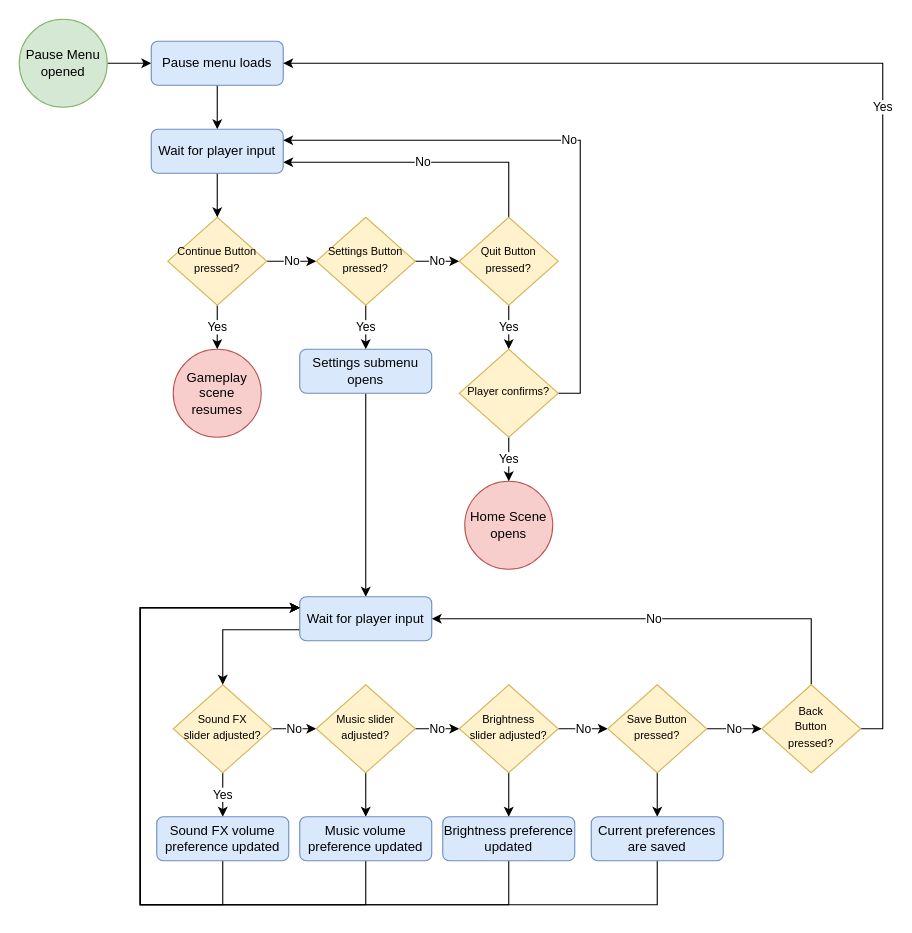
The draw.io diagram Design/GameplayPauseMenuFlow.drawio in zkturman/TiltaPong, before the edit. Source tidied: cells renumbered, new cells numbered last; positions are measured from the earlier drawing's top-left corner, leaving out a move shared by most shapes. Both pictures are drawn from the tidied source at 110%, with x=0, y=0 at pixel (19, 19).
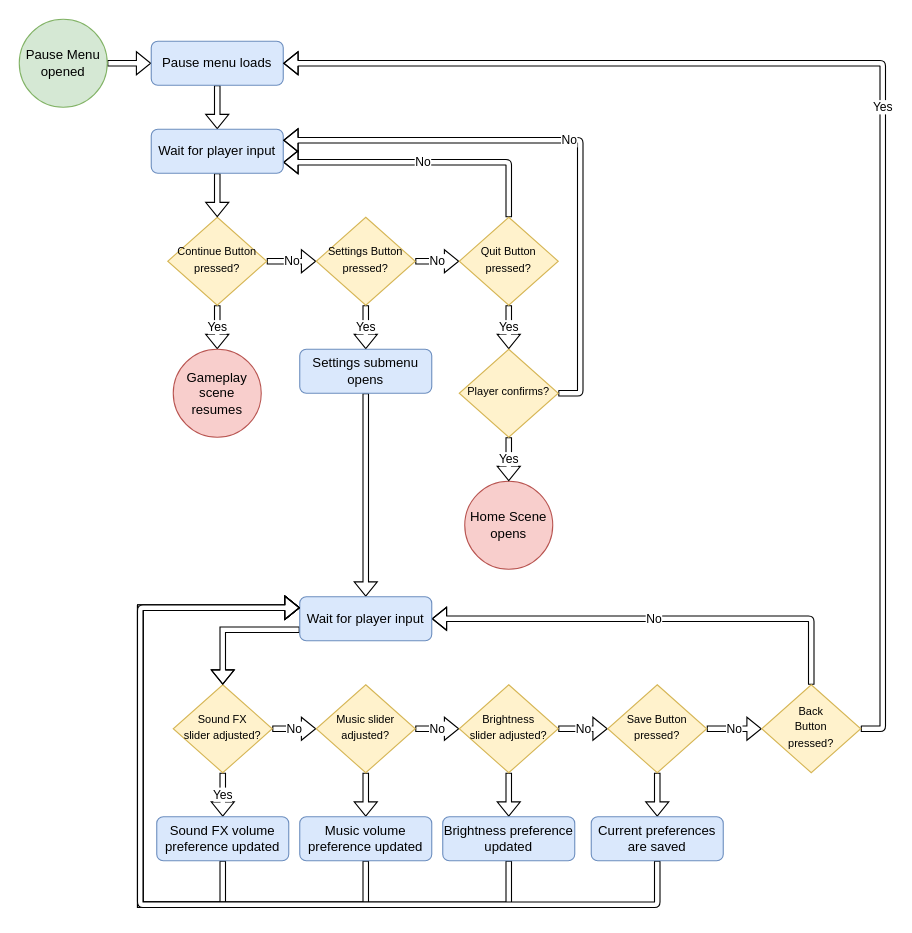
After the change.

The change refers to these unchanged cells:
```xml
<mxCell id="4" value="&lt;font style=&quot;font-size: 10px&quot;&gt;Continue Button pressed?&lt;/font&gt;" style="rhombus;whiteSpace=wrap;html=1;shadow=0;fontFamily=Helvetica;fontSize=12;align=center;strokeWidth=1;spacing=6;spacingTop=-4;fillColor=#fff2cc;strokeColor=#d6b656;" parent="1" vertex="1">
  <mxGeometry x="135" y="180" width="90" height="80" as="geometry" />
</mxCell>
<mxCell id="6" value="Pause Menu opened" style="ellipse;whiteSpace=wrap;html=1;fillColor=#d5e8d4;strokeColor=#82b366;" parent="1" vertex="1">
  <mxGeometry width="80" height="80" as="geometry" />
</mxCell>
<mxCell id="9" value="&lt;span style=&quot;font-size: 10px&quot;&gt;Settings Button pressed?&lt;/span&gt;" style="rhombus;whiteSpace=wrap;html=1;shadow=0;fontFamily=Helvetica;fontSize=12;align=center;strokeWidth=1;spacing=6;spacingTop=-4;fillColor=#fff2cc;strokeColor=#d6b656;" parent="1" vertex="1">
  <mxGeometry x="270" y="180" width="90" height="80" as="geometry" />
</mxCell>
<mxCell id="12" value="&lt;span style=&quot;font-size: 10px&quot;&gt;Quit Button pressed?&lt;/span&gt;" style="rhombus;whiteSpace=wrap;html=1;shadow=0;fontFamily=Helvetica;fontSize=12;align=center;strokeWidth=1;spacing=6;spacingTop=-4;fillColor=#fff2cc;strokeColor=#d6b656;" parent="1" vertex="1">
  <mxGeometry x="400" y="180" width="90" height="80" as="geometry" />
</mxCell>
<mxCell id="14" value="Pause menu loads" style="rounded=1;whiteSpace=wrap;html=1;fillColor=#dae8fc;strokeColor=#6c8ebf;" parent="1" vertex="1">
  <mxGeometry x="120" y="20" width="120" height="40" as="geometry" />
</mxCell>
<mxCell id="16" value="Gameplay scene resumes" style="ellipse;whiteSpace=wrap;html=1;fillColor=#f8cecc;strokeColor=#b85450;" parent="1" vertex="1">
  <mxGeometry x="140" y="300" width="80" height="80" as="geometry" />
</mxCell>
<mxCell id="18" value="Wait for player input" style="rounded=1;whiteSpace=wrap;html=1;fillColor=#dae8fc;strokeColor=#6c8ebf;" parent="1" vertex="1">
  <mxGeometry x="120" y="100" width="120" height="40" as="geometry" />
</mxCell>
<mxCell id="19" value="Home Scene opens" style="ellipse;whiteSpace=wrap;html=1;fillColor=#f8cecc;strokeColor=#b85450;" parent="1" vertex="1">
  <mxGeometry x="405" y="420" width="80" height="80" as="geometry" />
</mxCell>
<mxCell id="22" value="&lt;span style=&quot;font-size: 10px&quot;&gt;Player confirms?&lt;/span&gt;" style="rhombus;whiteSpace=wrap;html=1;shadow=0;fontFamily=Helvetica;fontSize=12;align=center;strokeWidth=1;spacing=6;spacingTop=-4;fillColor=#fff2cc;strokeColor=#d6b656;" parent="1" vertex="1">
  <mxGeometry x="400" y="300" width="90" height="80" as="geometry" />
</mxCell>
<mxCell id="23" value="Settings submenu opens" style="rounded=1;whiteSpace=wrap;html=1;fillColor=#dae8fc;strokeColor=#6c8ebf;" parent="1" vertex="1">
  <mxGeometry x="255" y="300" width="120" height="40" as="geometry" />
</mxCell>
<mxCell id="26" value="&lt;span style=&quot;font-size: 10px&quot;&gt;Sound FX &lt;br&gt;slider adjusted?&lt;/span&gt;" style="rhombus;whiteSpace=wrap;html=1;shadow=0;fontFamily=Helvetica;fontSize=12;align=center;strokeWidth=1;spacing=6;spacingTop=-4;fillColor=#fff2cc;strokeColor=#d6b656;" parent="1" vertex="1">
  <mxGeometry x="140" y="605" width="90" height="80" as="geometry" />
</mxCell>
<mxCell id="29" value="&lt;span style=&quot;font-size: 10px&quot;&gt;Music slider adjusted?&lt;/span&gt;" style="rhombus;whiteSpace=wrap;html=1;shadow=0;fontFamily=Helvetica;fontSize=12;align=center;strokeWidth=1;spacing=6;spacingTop=-4;fillColor=#fff2cc;strokeColor=#d6b656;" parent="1" vertex="1">
  <mxGeometry x="270" y="605" width="90" height="80" as="geometry" />
</mxCell>
<mxCell id="32" value="&lt;span style=&quot;font-size: 10px&quot;&gt;Brightness &lt;br&gt;slider adjusted?&lt;/span&gt;" style="rhombus;whiteSpace=wrap;html=1;shadow=0;fontFamily=Helvetica;fontSize=12;align=center;strokeWidth=1;spacing=6;spacingTop=-4;fillColor=#fff2cc;strokeColor=#d6b656;" parent="1" vertex="1">
  <mxGeometry x="400" y="605" width="90" height="80" as="geometry" />
</mxCell>
<mxCell id="34" value="Sound FX volume preference updated" style="rounded=1;whiteSpace=wrap;html=1;fillColor=#dae8fc;strokeColor=#6c8ebf;" parent="1" vertex="1">
  <mxGeometry x="125" y="725" width="120" height="40" as="geometry" />
</mxCell>
<mxCell id="38" value="&lt;span style=&quot;font-size: 10px&quot;&gt;Save Button pressed?&lt;/span&gt;" style="rhombus;whiteSpace=wrap;html=1;shadow=0;fontFamily=Helvetica;fontSize=12;align=center;strokeWidth=1;spacing=6;spacingTop=-4;fillColor=#fff2cc;strokeColor=#d6b656;" parent="1" vertex="1">
  <mxGeometry x="535" y="605" width="90" height="80" as="geometry" />
</mxCell>
<mxCell id="41" value="&lt;font style=&quot;font-size: 10px&quot;&gt;Back&lt;br&gt;Button &lt;br&gt;pressed?&lt;/font&gt;" style="rhombus;whiteSpace=wrap;html=1;shadow=0;fontFamily=Helvetica;fontSize=12;align=center;strokeWidth=1;spacing=6;spacingTop=-4;fillColor=#fff2cc;strokeColor=#d6b656;" parent="1" vertex="1">
  <mxGeometry x="675" y="605" width="90" height="80" as="geometry" />
</mxCell>
<mxCell id="42" value="Wait for player input" style="rounded=1;whiteSpace=wrap;html=1;fillColor=#dae8fc;strokeColor=#6c8ebf;" parent="1" vertex="1">
  <mxGeometry x="255" y="525" width="120" height="40" as="geometry" />
</mxCell>
<mxCell id="44" value="Music volume preference updated" style="rounded=1;whiteSpace=wrap;html=1;fillColor=#dae8fc;strokeColor=#6c8ebf;" parent="1" vertex="1">
  <mxGeometry x="255" y="725" width="120" height="40" as="geometry" />
</mxCell>
<mxCell id="46" value="Brightness preference updated" style="rounded=1;whiteSpace=wrap;html=1;fillColor=#dae8fc;strokeColor=#6c8ebf;" parent="1" vertex="1">
  <mxGeometry x="385" y="725" width="120" height="40" as="geometry" />
</mxCell>
<mxCell id="48" value="Current preferences are saved" style="rounded=1;whiteSpace=wrap;html=1;fillColor=#dae8fc;strokeColor=#6c8ebf;" parent="1" vertex="1">
  <mxGeometry x="520" y="725" width="120" height="40" as="geometry" />
</mxCell>
```

Diff of the diagram source:
```diff
@@
-    <mxCell id="2" value="No" style="edgeStyle=orthogonalEdgeStyle;rounded=0;jettySize=auto;html=1;exitX=1;exitY=0.5;exitDx=0;exitDy=0;entryX=0;entryY=0.5;entryDx=0;entryDy=0;" parent="1" edge="1" source="4" target="9">
+    <mxCell id="2" value="No" style="edgeStyle=orthogonalEdgeStyle;rounded=0;jettySize=auto;html=1;exitX=1;exitY=0.5;exitDx=0;exitDy=0;entryX=0;entryY=0.5;entryDx=0;entryDy=0;shape=flexArrow;fillColor=default;endSize=4;width=5;endWidth=15;" parent="1" edge="1" source="4" target="9">
       <mxGeometry relative="1" as="geometry" />
     </mxCell>
-    <mxCell id="3" value="Yes" style="edgeStyle=orthogonalEdgeStyle;rounded=0;jettySize=auto;html=1;exitX=0.5;exitY=1;exitDx=0;exitDy=0;entryX=0.5;entryY=0;entryDx=0;entryDy=0;" parent="1" edge="1" source="4" target="16">
+    <mxCell id="3" value="Yes" style="edgeStyle=orthogonalEdgeStyle;rounded=0;jettySize=auto;html=1;exitX=0.5;exitY=1;exitDx=0;exitDy=0;entryX=0.5;entryY=0;entryDx=0;entryDy=0;shape=flexArrow;fillColor=default;endSize=4;width=5;endWidth=15;" parent="1" edge="1" source="4" target="16">
       <mxGeometry relative="1" as="geometry" />
     </mxCell>
@@
-    <mxCell id="5" style="edgeStyle=orthogonalEdgeStyle;rounded=0;jettySize=auto;html=1;exitX=1;exitY=0.5;exitDx=0;exitDy=0;" parent="1" edge="1" source="6" target="14">
+    <mxCell id="5" style="edgeStyle=orthogonalEdgeStyle;rounded=0;jettySize=auto;html=1;exitX=1;exitY=0.5;exitDx=0;exitDy=0;shape=flexArrow;fillColor=default;endSize=4;width=5;endWidth=15;" parent="1" edge="1" source="6" target="14">
       <mxGeometry relative="1" as="geometry" />
     </mxCell>
@@
-    <mxCell id="7" value="No" style="edgeStyle=orthogonalEdgeStyle;rounded=0;jettySize=auto;html=1;exitX=1;exitY=0.5;exitDx=0;exitDy=0;entryX=0;entryY=0.5;entryDx=0;entryDy=0;" parent="1" edge="1" source="9" target="12">
+    <mxCell id="7" value="No" style="edgeStyle=orthogonalEdgeStyle;rounded=0;jettySize=auto;html=1;exitX=1;exitY=0.5;exitDx=0;exitDy=0;entryX=0;entryY=0.5;entryDx=0;entryDy=0;shape=flexArrow;fillColor=default;endSize=4;width=5;endWidth=15;" parent="1" edge="1" source="9" target="12">
       <mxGeometry relative="1" as="geometry" />
     </mxCell>
-    <mxCell id="8" value="Yes" style="edgeStyle=orthogonalEdgeStyle;rounded=0;jettySize=auto;html=1;exitX=0.5;exitY=1;exitDx=0;exitDy=0;entryX=0.5;entryY=0;entryDx=0;entryDy=0;" parent="1" edge="1" source="9" target="23">
+    <mxCell id="8" value="Yes" style="edgeStyle=orthogonalEdgeStyle;rounded=0;jettySize=auto;html=1;exitX=0.5;exitY=1;exitDx=0;exitDy=0;entryX=0.5;entryY=0;entryDx=0;entryDy=0;shape=flexArrow;fillColor=default;endSize=4;width=5;endWidth=15;" parent="1" edge="1" source="9" target="23">
       <mxGeometry relative="1" as="geometry" />
     </mxCell>
@@
-    <mxCell id="10" value="Yes" style="edgeStyle=orthogonalEdgeStyle;rounded=0;jettySize=auto;html=1;exitX=0.5;exitY=1;exitDx=0;exitDy=0;entryX=0.5;entryY=0;entryDx=0;entryDy=0;" parent="1" edge="1" source="12" target="22">
+    <mxCell id="10" value="Yes" style="edgeStyle=orthogonalEdgeStyle;rounded=0;jettySize=auto;html=1;exitX=0.5;exitY=1;exitDx=0;exitDy=0;entryX=0.5;entryY=0;entryDx=0;entryDy=0;shape=flexArrow;fillColor=default;endSize=4;width=5;endWidth=15;" parent="1" edge="1" source="12" target="22">
       <mxGeometry relative="1" as="geometry" />
     </mxCell>
-    <mxCell id="11" value="No" style="edgeStyle=orthogonalEdgeStyle;rounded=0;jettySize=auto;html=1;exitX=0.5;exitY=0;exitDx=0;exitDy=0;entryX=1;entryY=0.75;entryDx=0;entryDy=0;" parent="1" edge="1" source="12" target="18">
+    <mxCell id="11" value="No" style="edgeStyle=orthogonalEdgeStyle;rounded=1;jettySize=auto;html=1;exitX=0.5;exitY=0;exitDx=0;exitDy=0;entryX=1;entryY=0.75;entryDx=0;entryDy=0;shape=flexArrow;fillColor=default;endSize=4;width=5;endWidth=15;" parent="1" edge="1" source="12" target="18">
       <mxGeometry relative="1" as="geometry" />
     </mxCell>
@@
-    <mxCell id="13" style="edgeStyle=orthogonalEdgeStyle;rounded=0;jettySize=auto;html=1;exitX=0.5;exitY=1;exitDx=0;exitDy=0;" parent="1" edge="1" source="14" target="18">
+    <mxCell id="13" style="edgeStyle=orthogonalEdgeStyle;rounded=0;jettySize=auto;html=1;exitX=0.5;exitY=1;exitDx=0;exitDy=0;shape=flexArrow;fillColor=default;endSize=4;width=5;endWidth=15;" parent="1" edge="1" source="14" target="18">
       <mxGeometry relative="1" as="geometry" />
     </mxCell>
@@
-    <mxCell id="15" style="edgeStyle=orthogonalEdgeStyle;rounded=0;jettySize=auto;html=1;exitX=0.5;exitY=1;exitDx=0;exitDy=0;entryX=0.5;entryY=0;entryDx=0;entryDy=0;" parent="1" edge="1" source="23" target="42">
+    <mxCell id="15" style="edgeStyle=orthogonalEdgeStyle;rounded=0;jettySize=auto;html=1;exitX=0.5;exitY=1;exitDx=0;exitDy=0;entryX=0.5;entryY=0;entryDx=0;entryDy=0;shape=flexArrow;fillColor=default;endSize=4;width=5;endWidth=15;" parent="1" edge="1" source="23" target="42">
       <mxGeometry relative="1" as="geometry" />
     </mxCell>
@@
-    <mxCell id="17" style="edgeStyle=orthogonalEdgeStyle;rounded=0;jettySize=auto;html=1;exitX=0.5;exitY=1;exitDx=0;exitDy=0;entryX=0.5;entryY=0;entryDx=0;entryDy=0;" parent="1" edge="1" source="18" target="4">
+    <mxCell id="17" style="edgeStyle=orthogonalEdgeStyle;rounded=0;jettySize=auto;html=1;exitX=0.5;exitY=1;exitDx=0;exitDy=0;entryX=0.5;entryY=0;entryDx=0;entryDy=0;shape=flexArrow;fillColor=default;endSize=4;width=5;endWidth=15;" parent="1" edge="1" source="18" target="4">
       <mxGeometry relative="1" as="geometry" />
     </mxCell>
@@
-    <mxCell id="20" value="Yes" style="edgeStyle=orthogonalEdgeStyle;rounded=0;jettySize=auto;html=1;exitX=0.5;exitY=1;exitDx=0;exitDy=0;entryX=0.5;entryY=0;entryDx=0;entryDy=0;" parent="1" edge="1" source="22" target="19">
+    <mxCell id="20" value="Yes" style="edgeStyle=orthogonalEdgeStyle;rounded=0;jettySize=auto;html=1;exitX=0.5;exitY=1;exitDx=0;exitDy=0;entryX=0.5;entryY=0;entryDx=0;entryDy=0;shape=flexArrow;fillColor=default;endSize=4;width=5;endWidth=15;" parent="1" edge="1" source="22" target="19">
       <mxGeometry relative="1" as="geometry" />
     </mxCell>
-    <mxCell id="21" value="No" style="edgeStyle=orthogonalEdgeStyle;rounded=0;jettySize=auto;html=1;exitX=1;exitY=0.5;exitDx=0;exitDy=0;entryX=1;entryY=0.25;entryDx=0;entryDy=0;" parent="1" edge="1" source="22" target="18">
+    <mxCell id="21" value="No" style="edgeStyle=orthogonalEdgeStyle;rounded=1;jettySize=auto;html=1;exitX=1;exitY=0.5;exitDx=0;exitDy=0;entryX=1;entryY=0.25;entryDx=0;entryDy=0;shape=flexArrow;fillColor=default;endSize=4;width=5;endWidth=15;" parent="1" edge="1" source="22" target="18">
       <mxGeometry relative="1" as="geometry" />
     </mxCell>
@@
-    <mxCell id="24" value="No" style="edgeStyle=orthogonalEdgeStyle;rounded=0;jettySize=auto;html=1;exitX=1;exitY=0.5;exitDx=0;exitDy=0;entryX=0;entryY=0.5;entryDx=0;entryDy=0;" parent="1" edge="1" source="26" target="29">
+    <mxCell id="24" value="No" style="edgeStyle=orthogonalEdgeStyle;rounded=0;jettySize=auto;html=1;exitX=1;exitY=0.5;exitDx=0;exitDy=0;entryX=0;entryY=0.5;entryDx=0;entryDy=0;shape=flexArrow;fillColor=default;endSize=4;width=5;endWidth=15;" parent="1" edge="1" source="26" target="29">
       <mxGeometry relative="1" as="geometry" />
     </mxCell>
-    <mxCell id="25" value="Yes" style="edgeStyle=orthogonalEdgeStyle;rounded=0;jettySize=auto;html=1;exitX=0.5;exitY=1;exitDx=0;exitDy=0;" parent="1" edge="1" source="26" target="34">
+    <mxCell id="25" value="Yes" style="edgeStyle=orthogonalEdgeStyle;rounded=0;jettySize=auto;html=1;exitX=0.5;exitY=1;exitDx=0;exitDy=0;shape=flexArrow;fillColor=default;endSize=4;width=5;endWidth=15;" parent="1" edge="1" source="26" target="34">
       <mxGeometry relative="1" as="geometry" />
     </mxCell>
@@
-    <mxCell id="27" value="No" style="edgeStyle=orthogonalEdgeStyle;rounded=0;jettySize=auto;html=1;exitX=1;exitY=0.5;exitDx=0;exitDy=0;entryX=0;entryY=0.5;entryDx=0;entryDy=0;" parent="1" edge="1" source="29" target="32">
+    <mxCell id="27" value="No" style="edgeStyle=orthogonalEdgeStyle;rounded=0;jettySize=auto;html=1;exitX=1;exitY=0.5;exitDx=0;exitDy=0;entryX=0;entryY=0.5;entryDx=0;entryDy=0;shape=flexArrow;fillColor=default;endSize=4;width=5;endWidth=15;" parent="1" edge="1" source="29" target="32">
       <mxGeometry relative="1" as="geometry" />
     </mxCell>
-    <mxCell id="28" style="edgeStyle=orthogonalEdgeStyle;rounded=0;jettySize=auto;html=1;exitX=0.5;exitY=1;exitDx=0;exitDy=0;" parent="1" edge="1" source="29" target="44">
+    <mxCell id="28" style="edgeStyle=orthogonalEdgeStyle;rounded=0;jettySize=auto;html=1;exitX=0.5;exitY=1;exitDx=0;exitDy=0;shape=flexArrow;fillColor=default;endSize=4;width=5;endWidth=15;" parent="1" edge="1" source="29" target="44">
       <mxGeometry relative="1" as="geometry" />
     </mxCell>
@@
-    <mxCell id="30" value="No" style="edgeStyle=orthogonalEdgeStyle;rounded=0;jettySize=auto;html=1;exitX=1;exitY=0.5;exitDx=0;exitDy=0;entryX=0;entryY=0.5;entryDx=0;entryDy=0;" parent="1" edge="1" source="32" target="38">
+    <mxCell id="30" value="No" style="edgeStyle=orthogonalEdgeStyle;rounded=0;jettySize=auto;html=1;exitX=1;exitY=0.5;exitDx=0;exitDy=0;entryX=0;entryY=0.5;entryDx=0;entryDy=0;shape=flexArrow;fillColor=default;endSize=4;width=5;endWidth=15;" parent="1" edge="1" source="32" target="38">
       <mxGeometry relative="1" as="geometry" />
     </mxCell>
-    <mxCell id="31" style="edgeStyle=orthogonalEdgeStyle;rounded=0;jettySize=auto;html=1;exitX=0.5;exitY=1;exitDx=0;exitDy=0;entryX=0.5;entryY=0;entryDx=0;entryDy=0;" parent="1" edge="1" source="32" target="46">
+    <mxCell id="31" style="edgeStyle=orthogonalEdgeStyle;rounded=0;jettySize=auto;html=1;exitX=0.5;exitY=1;exitDx=0;exitDy=0;entryX=0.5;entryY=0;entryDx=0;entryDy=0;shape=flexArrow;fillColor=default;endSize=4;width=5;endWidth=15;" parent="1" edge="1" source="32" target="46">
       <mxGeometry relative="1" as="geometry" />
     </mxCell>
@@
-    <mxCell id="33" style="edgeStyle=orthogonalEdgeStyle;rounded=0;jettySize=auto;html=1;exitX=0.5;exitY=1;exitDx=0;exitDy=0;entryX=0;entryY=0.25;entryDx=0;entryDy=0;" parent="1" edge="1" source="34" target="42">
+    <mxCell id="33" style="edgeStyle=orthogonalEdgeStyle;rounded=0;jettySize=auto;html=1;exitX=0.5;exitY=1;exitDx=0;exitDy=0;entryX=0;entryY=0.25;entryDx=0;entryDy=0;shape=flexArrow;fillColor=default;endSize=4;width=5;endWidth=15;" parent="1" edge="1" source="34" target="42">
       <mxGeometry relative="1" as="geometry">
         <Array as="points">
           <mxPoint x="185" y="805" />
           <mxPoint x="110" y="805" />
           <mxPoint x="110" y="535" />
         </Array>
       </mxGeometry>
     </mxCell>
@@
-    <mxCell id="35" style="edgeStyle=orthogonalEdgeStyle;rounded=0;jettySize=auto;html=1;exitX=0;exitY=0.75;exitDx=0;exitDy=0;entryX=0.5;entryY=0;entryDx=0;entryDy=0;" parent="1" edge="1" source="42" target="26">
+    <mxCell id="35" style="edgeStyle=orthogonalEdgeStyle;rounded=0;jettySize=auto;html=1;exitX=0;exitY=0.75;exitDx=0;exitDy=0;entryX=0.5;entryY=0;entryDx=0;entryDy=0;shape=flexArrow;fillColor=default;endSize=4;width=5;endWidth=15;" parent="1" edge="1" source="42" target="26">
       <mxGeometry relative="1" as="geometry" />
     </mxCell>
-    <mxCell id="36" value="No" style="edgeStyle=orthogonalEdgeStyle;rounded=0;jettySize=auto;html=1;" parent="1" edge="1" source="38" target="41">
+    <mxCell id="36" value="No" style="edgeStyle=orthogonalEdgeStyle;rounded=0;jettySize=auto;html=1;shape=flexArrow;fillColor=default;endSize=4;width=5;endWidth=15;" parent="1" edge="1" source="38" target="41">
       <mxGeometry relative="1" as="geometry" />
     </mxCell>
-    <mxCell id="37" style="edgeStyle=orthogonalEdgeStyle;rounded=0;jettySize=auto;html=1;exitX=0.5;exitY=1;exitDx=0;exitDy=0;entryX=0.5;entryY=0;entryDx=0;entryDy=0;" parent="1" edge="1" source="38" target="48">
+    <mxCell id="37" style="edgeStyle=orthogonalEdgeStyle;rounded=0;jettySize=auto;html=1;exitX=0.5;exitY=1;exitDx=0;exitDy=0;entryX=0.5;entryY=0;entryDx=0;entryDy=0;shape=flexArrow;fillColor=default;endSize=4;width=5;endWidth=15;" parent="1" edge="1" source="38" target="48">
       <mxGeometry relative="1" as="geometry" />
     </mxCell>
@@
-    <mxCell id="39" value="No" style="edgeStyle=orthogonalEdgeStyle;rounded=0;jettySize=auto;html=1;exitX=0.5;exitY=0;exitDx=0;exitDy=0;entryX=1;entryY=0.5;entryDx=0;entryDy=0;" parent="1" edge="1" source="41" target="42">
+    <mxCell id="39" value="No" style="edgeStyle=orthogonalEdgeStyle;rounded=1;jettySize=auto;html=1;exitX=0.5;exitY=0;exitDx=0;exitDy=0;entryX=1;entryY=0.5;entryDx=0;entryDy=0;shape=flexArrow;fillColor=default;endSize=4;width=5;endWidth=15;" parent="1" edge="1" source="41" target="42">
       <mxGeometry relative="1" as="geometry" />
     </mxCell>
-    <mxCell id="40" value="Yes" style="edgeStyle=orthogonalEdgeStyle;rounded=0;jettySize=auto;html=1;exitX=1;exitY=0.5;exitDx=0;exitDy=0;entryX=1;entryY=0.5;entryDx=0;entryDy=0;" parent="1" edge="1" source="41" target="14">
+    <mxCell id="40" value="Yes" style="edgeStyle=orthogonalEdgeStyle;rounded=1;jettySize=auto;html=1;exitX=1;exitY=0.5;exitDx=0;exitDy=0;entryX=1;entryY=0.5;entryDx=0;entryDy=0;shape=flexArrow;fillColor=default;endSize=4;width=5;endWidth=15;" parent="1" edge="1" source="41" target="14">
       <mxGeometry relative="1" as="geometry" />
     </mxCell>
@@
-    <mxCell id="43" style="edgeStyle=orthogonalEdgeStyle;rounded=0;jettySize=auto;html=1;exitX=0.5;exitY=1;exitDx=0;exitDy=0;entryX=0;entryY=0.25;entryDx=0;entryDy=0;" parent="1" edge="1" source="44" target="42">
+    <mxCell id="43" style="edgeStyle=orthogonalEdgeStyle;rounded=0;jettySize=auto;html=1;exitX=0.5;exitY=1;exitDx=0;exitDy=0;entryX=0;entryY=0.25;entryDx=0;entryDy=0;shape=flexArrow;fillColor=default;endSize=4;width=5;endWidth=15;" parent="1" edge="1" source="44" target="42">
       <mxGeometry relative="1" as="geometry">
         <Array as="points">
           <mxPoint x="315" y="805" />
           <mxPoint x="110" y="805" />
           <mxPoint x="110" y="535" />
         </Array>
       </mxGeometry>
     </mxCell>
@@
-    <mxCell id="45" style="edgeStyle=orthogonalEdgeStyle;rounded=0;jettySize=auto;html=1;exitX=0.5;exitY=1;exitDx=0;exitDy=0;entryX=0;entryY=0.25;entryDx=0;entryDy=0;" parent="1" edge="1" source="46" target="42">
+    <mxCell id="45" style="edgeStyle=orthogonalEdgeStyle;rounded=0;jettySize=auto;html=1;exitX=0.5;exitY=1;exitDx=0;exitDy=0;entryX=0;entryY=0.25;entryDx=0;entryDy=0;shape=flexArrow;fillColor=default;endSize=4;width=5;endWidth=15;" parent="1" edge="1" source="46" target="42">
       <mxGeometry relative="1" as="geometry">
         <Array as="points">
           <mxPoint x="445" y="805" />
           <mxPoint x="110" y="805" />
           <mxPoint x="110" y="535" />
         </Array>
       </mxGeometry>
     </mxCell>
@@
-    <mxCell id="47" style="edgeStyle=orthogonalEdgeStyle;rounded=0;jettySize=auto;html=1;exitX=0.5;exitY=1;exitDx=0;exitDy=0;entryX=0;entryY=0.25;entryDx=0;entryDy=0;" parent="1" edge="1" source="48" target="42">
+    <mxCell id="47" style="edgeStyle=orthogonalEdgeStyle;rounded=1;jettySize=auto;html=1;exitX=0.5;exitY=1;exitDx=0;exitDy=0;entryX=0;entryY=0.25;entryDx=0;entryDy=0;shape=flexArrow;fillColor=default;endSize=4;width=5;endWidth=15;" parent="1" edge="1" source="48" target="42">
       <mxGeometry relative="1" as="geometry">
         <Array as="points">
           <mxPoint x="580" y="805" />
           <mxPoint x="110" y="805" />
           <mxPoint x="110" y="535" />
         </Array>
       </mxGeometry>
     </mxCell>
```
